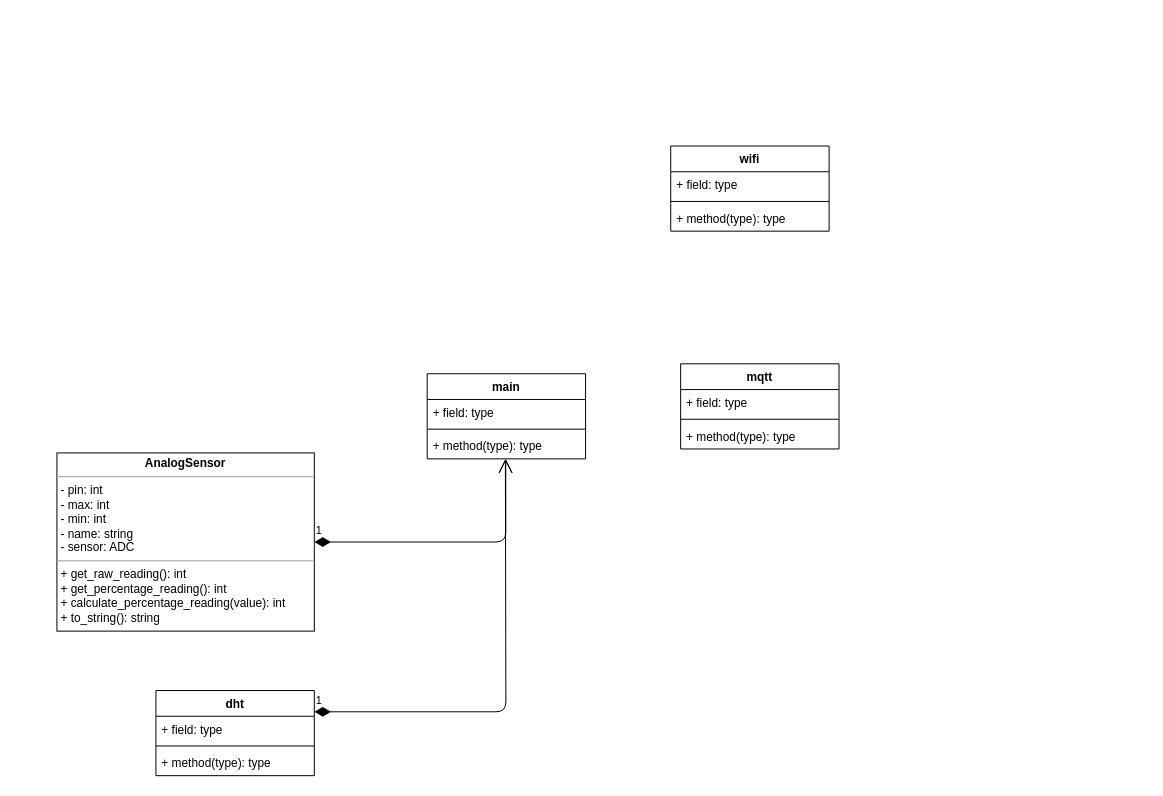
The draw.io diagram Assets/class_diagram.drawio in alrapal/Greeny, before the edit. Source tidied: cells renumbered, new cells numbered last; positions are measured from the earlier drawing's top-left corner, leaving out a move shared by most shapes. Both pictures are drawn from the tidied source at 99%, with x=0, y=0 at pixel (56, 146).
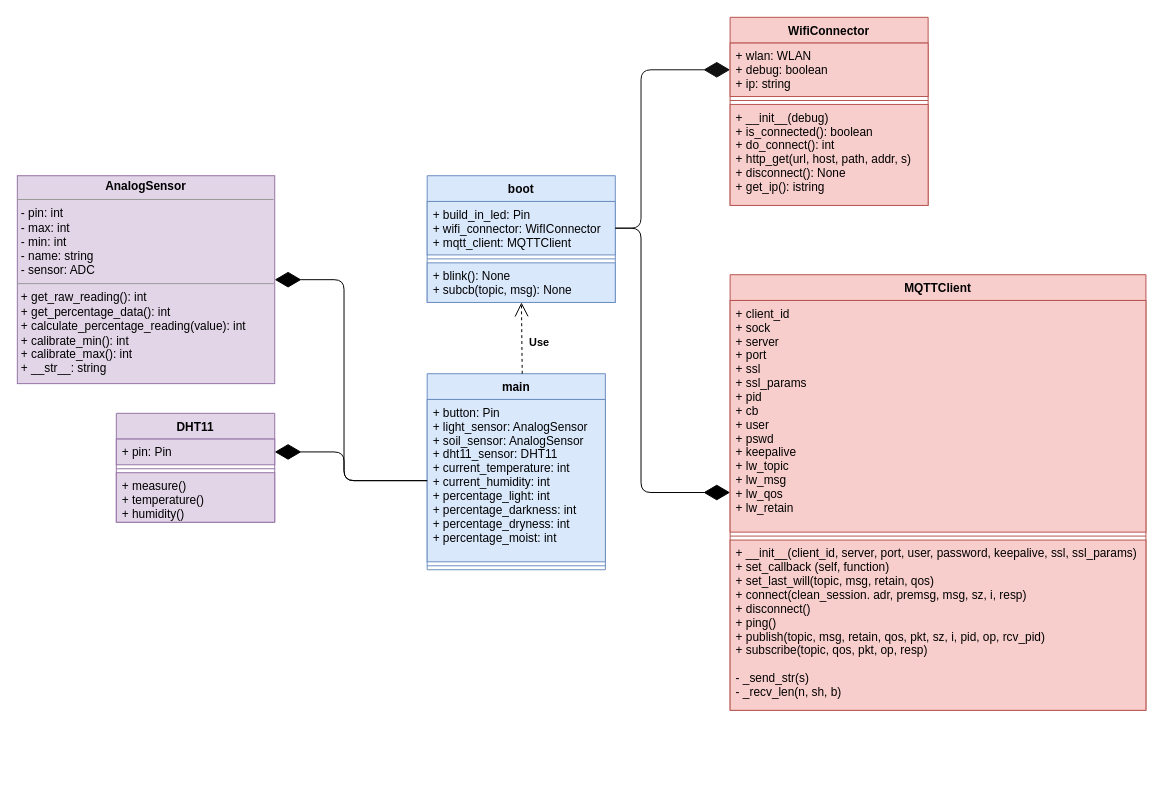
The same diagram, later.

Commit message (it also covers changes not shown here):
Updated Class diagram with connection refactoring + all methods. Updated README accordingly Added the section CODE in the README Added a dummy my_secret file example for users closes #9

Diff of the diagram source:
```diff
@@
-<mxGraphModel>
+<mxGraphModel background="#ffffff">
@@
-    <mxCell id="2" value="main" style="swimlane;fontStyle=1;align=center;verticalAlign=top;horizontal=1;startSize=26;" parent="1" vertex="1">
-      <mxGeometry x="374" y="230" width="160" height="86" as="geometry" />
+    <mxCell id="2" value="main" style="swimlane;fontStyle=1;align=center;verticalAlign=top;horizontal=1;startSize=26;fillColor=#dae8fc;strokeColor=#6c8ebf;fontColor=#000000;" parent="1" vertex="1">
+      <mxGeometry x="374" y="230" width="180" height="198" as="geometry" />
     </mxCell>
-    <mxCell id="3" value="+ field: type" style="text;strokeColor=none;fillColor=none;align=left;verticalAlign=top;spacingLeft=4;spacingRight=4;overflow=hidden;points=[[0,0.5],[1,0.5]];portConstraint=eastwest;" parent="2" vertex="1">
-      <mxGeometry y="26" width="160" height="26" as="geometry" />
+    <mxCell id="3" value="+ button: Pin&#10;+ light_sensor: AnalogSensor&#10;+ soil_sensor: AnalogSensor&#10;+ dht11_sensor: DHT11&#10;+ current_temperature: int&#10;+ current_humidity: int&#10;+ percentage_light: int&#10;+ percentage_darkness: int&#10;+ percentage_dryness: int&#10;+ percentage_moist: int" style="text;strokeColor=#6c8ebf;fillColor=#dae8fc;align=left;verticalAlign=top;spacingLeft=4;spacingRight=4;overflow=hidden;points=[[0,0.5],[1,0.5]];portConstraint=eastwest;fontColor=#000000;" parent="2" vertex="1">
+      <mxGeometry y="26" width="180" height="164" as="geometry" />
     </mxCell>
-    <mxCell id="4" style="line;strokeWidth=1;fillColor=none;align=left;verticalAlign=middle;spacingTop=-1;spacingLeft=3;spacingRight=3;labelPosition=right;strokeColor=inherit;" parent="2" vertex="1">
-      <mxGeometry y="52" width="160" height="8" as="geometry" />
+    <mxCell id="4" style="line;strokeWidth=1;fillColor=#dae8fc;align=left;verticalAlign=middle;spacingTop=-1;spacingLeft=3;spacingRight=3;labelPosition=right;strokeColor=#6c8ebf;fontColor=#000000;" parent="2" vertex="1">
+      <mxGeometry y="190" width="180" height="8" as="geometry" />
     </mxCell>
-    <mxCell id="5" value="+ method(type): type" style="text;strokeColor=none;fillColor=none;align=left;verticalAlign=top;spacingLeft=4;spacingRight=4;overflow=hidden;points=[[0,0.5],[1,0.5]];portConstraint=eastwest;" parent="2" vertex="1">
-      <mxGeometry y="60" width="160" height="26" as="geometry" />
-    </mxCell>
-    <mxCell id="6" value="mqtt" style="swimlane;fontStyle=1;align=center;verticalAlign=top;horizontal=1;startSize=26;" parent="1" vertex="1">
-      <mxGeometry x="630" y="220" width="160" height="86" as="geometry" />
+    <mxCell id="6" value="MQTTClient" style="swimlane;fontStyle=1;align=center;verticalAlign=top;horizontal=1;startSize=26;fillColor=#f8cecc;strokeColor=#b85450;fontColor=#000000;" parent="1" vertex="1">
+      <mxGeometry x="680" y="130" width="420" height="440" as="geometry" />
     </mxCell>
-    <mxCell id="7" value="+ field: type" style="text;strokeColor=none;fillColor=none;align=left;verticalAlign=top;spacingLeft=4;spacingRight=4;overflow=hidden;" parent="6" vertex="1">
-      <mxGeometry y="26" width="160" height="26" as="geometry" />
+    <mxCell id="7" value="+ client_id&#10;+ sock&#10;+ server&#10;+ port&#10;+ ssl&#10;+ ssl_params&#10;+ pid&#10;+ cb&#10;+ user&#10;+ pswd&#10;+ keepalive&#10;+ lw_topic&#10;+ lw_msg&#10;+ lw_qos&#10;+ lw_retain" style="text;strokeColor=#b85450;fillColor=#f8cecc;align=left;verticalAlign=top;spacingLeft=4;spacingRight=4;overflow=hidden;fontColor=#000000;" parent="6" vertex="1">
+      <mxGeometry y="26" width="420" height="234" as="geometry" />
     </mxCell>
-    <mxCell id="8" style="line;strokeWidth=1;fillColor=none;align=left;verticalAlign=middle;spacingTop=-1;spacingLeft=3;spacingRight=3;labelPosition=right;strokeColor=inherit;" parent="6" vertex="1">
-      <mxGeometry y="52" width="160" height="8" as="geometry" />
+    <mxCell id="8" style="line;strokeWidth=1;fillColor=#f8cecc;align=left;verticalAlign=middle;spacingTop=-1;spacingLeft=3;spacingRight=3;labelPosition=right;strokeColor=#b85450;fontColor=#000000;" parent="6" vertex="1">
+      <mxGeometry y="260" width="420" height="8" as="geometry" />
     </mxCell>
-    <mxCell id="9" value="+ method(type): type" style="text;strokeColor=none;fillColor=none;align=left;verticalAlign=top;spacingLeft=4;spacingRight=4;overflow=hidden;" parent="6" vertex="1">
-      <mxGeometry y="60" width="160" height="26" as="geometry" />
+    <mxCell id="9" value="+ __init__(client_id, server, port, user, password, keepalive, ssl, ssl_params)&#10;+ set_callback (self, function)&#10;+ set_last_will(topic, msg, retain, qos)&#10;+ connect(clean_session. adr, premsg, msg, sz, i, resp)&#10;+ disconnect()&#10;+ ping()&#10;+ publish(topic, msg, retain, qos, pkt, sz, i, pid, op, rcv_pid)&#10;+ subscribe(topic, qos, pkt, op, resp)&#10;&#10;- _send_str(s)&#10;- _recv_len(n, sh, b)" style="text;strokeColor=#b85450;fillColor=#f8cecc;align=left;verticalAlign=top;spacingLeft=4;spacingRight=4;overflow=hidden;fontColor=#000000;" parent="6" vertex="1">
+      <mxGeometry y="268" width="420" height="172" as="geometry" />
     </mxCell>
-    <mxCell id="10" value="wifi" style="swimlane;fontStyle=1;align=center;verticalAlign=top;horizontal=1;startSize=26;" parent="1" vertex="1">
-      <mxGeometry x="620" width="160" height="86" as="geometry" />
+    <mxCell id="10" value="WifiConnector" style="swimlane;fontStyle=1;align=center;verticalAlign=top;horizontal=1;startSize=26;fillColor=#f8cecc;strokeColor=#b85450;fontColor=#000000;" parent="1" vertex="1">
+      <mxGeometry x="680" y="-130" width="200" height="190" as="geometry" />
     </mxCell>
-    <mxCell id="11" value="+ field: type" style="text;strokeColor=none;fillColor=none;align=left;verticalAlign=top;spacingLeft=4;spacingRight=4;overflow=hidden;points=[[0,0.5],[1,0.5]];portConstraint=eastwest;" parent="10" vertex="1">
-      <mxGeometry y="26" width="160" height="26" as="geometry" />
+    <mxCell id="11" value="+ wlan: WLAN&#10;+ debug: boolean&#10;+ ip: string" style="text;strokeColor=#b85450;fillColor=#f8cecc;align=left;verticalAlign=top;spacingLeft=4;spacingRight=4;overflow=hidden;points=[[0,0.5],[1,0.5]];portConstraint=eastwest;fontColor=#000000;" parent="10" vertex="1">
+      <mxGeometry y="26" width="200" height="54" as="geometry" />
     </mxCell>
-    <mxCell id="12" style="line;strokeWidth=1;fillColor=none;align=left;verticalAlign=middle;spacingTop=-1;spacingLeft=3;spacingRight=3;labelPosition=right;strokeColor=inherit;" parent="10" vertex="1">
-      <mxGeometry y="52" width="160" height="8" as="geometry" />
+    <mxCell id="12" style="line;strokeWidth=1;fillColor=#f8cecc;align=left;verticalAlign=middle;spacingTop=-1;spacingLeft=3;spacingRight=3;labelPosition=right;strokeColor=#b85450;fontColor=#000000;" parent="10" vertex="1">
+      <mxGeometry y="80" width="200" height="8" as="geometry" />
     </mxCell>
-    <mxCell id="13" value="+ method(type): type" style="text;strokeColor=none;fillColor=none;align=left;verticalAlign=top;spacingLeft=4;spacingRight=4;overflow=hidden;" parent="10" vertex="1">
-      <mxGeometry y="60" width="160" height="26" as="geometry" />
+    <mxCell id="13" value="+ __init__(debug)&#10;+ is_connected(): boolean&#10;+ do_connect(): int&#10;+ http_get(url, host, path, addr, s)&#10;+ disconnect(): None&#10;+ get_ip(): istring" style="text;strokeColor=#b85450;fillColor=#f8cecc;align=left;verticalAlign=top;spacingLeft=4;spacingRight=4;overflow=hidden;fontColor=#000000;" parent="10" vertex="1">
+      <mxGeometry y="88" width="200" height="102" as="geometry" />
     </mxCell>
-    <mxCell id="14" value="1" style="endArrow=open;html=1;endSize=12;startArrow=diamondThin;startSize=14;startFill=1;edgeStyle=orthogonalEdgeStyle;align=left;verticalAlign=bottom;exitX=1;exitY=0.5;exitDx=0;exitDy=0;entryX=0.496;entryY=1;entryDx=0;entryDy=0;entryPerimeter=0;" parent="1" edge="1" source="15" target="5">
-      <mxGeometry x="-1" y="3" relative="1" as="geometry" />
-    </mxCell>
-    <mxCell id="15" value="&lt;p style=&quot;margin:0px;margin-top:4px;text-align:center;&quot;&gt;&lt;b&gt;AnalogSensor&lt;/b&gt;&lt;/p&gt;&lt;hr size=&quot;1&quot;&gt;&lt;p style=&quot;margin:0px;margin-left:4px;&quot;&gt;- pin: int&lt;br&gt;- max: int&lt;/p&gt;&lt;p style=&quot;margin:0px;margin-left:4px;&quot;&gt;- min: int&lt;/p&gt;&lt;p style=&quot;margin:0px;margin-left:4px;&quot;&gt;- name: string&lt;/p&gt;&lt;p style=&quot;margin:0px;margin-left:4px;&quot;&gt;- sensor: ADC&lt;/p&gt;&lt;hr size=&quot;1&quot;&gt;&lt;p style=&quot;margin:0px;margin-left:4px;&quot;&gt;+ get_raw_reading(): int&lt;br&gt;+ get_percentage_reading(): int&lt;/p&gt;&lt;p style=&quot;margin:0px;margin-left:4px;&quot;&gt;+ calculate_percentage_reading(value): int&lt;/p&gt;&lt;p style=&quot;margin:0px;margin-left:4px;&quot;&gt;+ to_string(): string&lt;/p&gt;&lt;p style=&quot;margin:0px;margin-left:4px;&quot;&gt;&amp;nbsp;&lt;/p&gt;" style="verticalAlign=top;align=left;overflow=fill;fontSize=12;fontFamily=Helvetica;html=1;" parent="1" vertex="1">
-      <mxGeometry y="310" width="260" height="180" as="geometry" />
+    <mxCell id="15" value="&lt;p style=&quot;margin:0px;margin-top:4px;text-align:center;&quot;&gt;&lt;b&gt;AnalogSensor&lt;/b&gt;&lt;/p&gt;&lt;hr size=&quot;1&quot;&gt;&lt;p style=&quot;margin:0px;margin-left:4px;&quot;&gt;- pin: int&lt;br&gt;- max: int&lt;/p&gt;&lt;p style=&quot;margin:0px;margin-left:4px;&quot;&gt;- min: int&lt;/p&gt;&lt;p style=&quot;margin:0px;margin-left:4px;&quot;&gt;- name: string&lt;/p&gt;&lt;p style=&quot;margin:0px;margin-left:4px;&quot;&gt;- sensor: ADC&lt;/p&gt;&lt;hr size=&quot;1&quot;&gt;&lt;p style=&quot;margin:0px;margin-left:4px;&quot;&gt;+ get_raw_reading(): int&lt;br&gt;+ get_percentage_data(): int&lt;/p&gt;&lt;p style=&quot;margin:0px;margin-left:4px;&quot;&gt;+ calculate_percentage_reading(value): int&lt;/p&gt;&lt;p style=&quot;margin:0px;margin-left:4px;&quot;&gt;+ calibrate_min(): int&lt;/p&gt;&lt;p style=&quot;margin:0px;margin-left:4px;&quot;&gt;+ calibrate_max(): int&lt;/p&gt;&lt;p style=&quot;margin:0px;margin-left:4px;&quot;&gt;+ __str__&lt;span style=&quot;background-color: initial;&quot;&gt;: string&lt;/span&gt;&lt;/p&gt;&lt;p style=&quot;margin:0px;margin-left:4px;&quot;&gt;&amp;nbsp;&lt;/p&gt;" style="verticalAlign=top;align=left;overflow=fill;fontSize=12;fontFamily=Helvetica;html=1;fillColor=#e1d5e7;strokeColor=#9673a6;fontColor=#000000;" parent="1" vertex="1">
+      <mxGeometry x="-40" y="30" width="260" height="210" as="geometry" />
     </mxCell>
-    <mxCell id="16" value="dht" style="swimlane;fontStyle=1;align=center;verticalAlign=top;horizontal=1;startSize=26;" parent="1" vertex="1">
-      <mxGeometry x="100" y="550" width="160" height="86" as="geometry" />
+    <mxCell id="16" value="DHT11" style="swimlane;fontStyle=1;align=center;verticalAlign=top;horizontal=1;startSize=26;fillColor=#e1d5e7;strokeColor=#9673a6;swimlaneFillColor=default;fontColor=#000000;" parent="1" vertex="1">
+      <mxGeometry x="60" y="270" width="160" height="110" as="geometry" />
     </mxCell>
-    <mxCell id="17" value="+ field: type" style="text;strokeColor=none;fillColor=none;align=left;verticalAlign=top;spacingLeft=4;spacingRight=4;overflow=hidden;points=[[0,0.5],[1,0.5]];portConstraint=eastwest;" parent="16" vertex="1">
+    <mxCell id="17" value="+ pin: Pin" style="text;strokeColor=#9673a6;fillColor=#e1d5e7;align=left;verticalAlign=top;spacingLeft=4;spacingRight=4;overflow=hidden;points=[[0,0.5],[1,0.5]];portConstraint=eastwest;swimlaneFillColor=default;fontColor=#000000;" parent="16" vertex="1">
       <mxGeometry y="26" width="160" height="26" as="geometry" />
     </mxCell>
-    <mxCell id="18" style="line;strokeWidth=1;fillColor=none;align=left;verticalAlign=middle;spacingTop=-1;spacingLeft=3;spacingRight=3;labelPosition=right;strokeColor=inherit;" parent="16" vertex="1">
+    <mxCell id="18" style="line;strokeWidth=1;fillColor=#e1d5e7;align=left;verticalAlign=middle;spacingTop=-1;spacingLeft=3;spacingRight=3;labelPosition=right;strokeColor=#9673a6;swimlaneFillColor=default;fontColor=#000000;" parent="16" vertex="1">
       <mxGeometry y="52" width="160" height="8" as="geometry" />
     </mxCell>
-    <mxCell id="19" value="+ method(type): type" style="text;strokeColor=none;fillColor=none;align=left;verticalAlign=top;spacingLeft=4;spacingRight=4;overflow=hidden;" parent="16" vertex="1">
-      <mxGeometry y="60" width="160" height="26" as="geometry" />
+    <mxCell id="19" value="+ measure()&#10;+ temperature()&#10;+ humidity()" style="text;strokeColor=#9673a6;fillColor=#e1d5e7;align=left;verticalAlign=top;spacingLeft=4;spacingRight=4;overflow=hidden;swimlaneFillColor=default;fontColor=#000000;" parent="16" vertex="1">
+      <mxGeometry y="60" width="160" height="50" as="geometry" />
     </mxCell>
-    <mxCell id="20" value="1" style="endArrow=open;html=1;endSize=12;startArrow=diamondThin;startSize=14;startFill=1;edgeStyle=orthogonalEdgeStyle;align=left;verticalAlign=bottom;exitX=1;exitY=0.25;exitDx=0;exitDy=0;" parent="1" edge="1" source="16">
-      <mxGeometry x="-1" y="3" relative="1" as="geometry">
-        <mxPoint x="453" y="316" as="targetPoint" />
-      </mxGeometry>
-    </mxCell>
+    <mxCell id="21" value="boot&#10;" style="swimlane;fontStyle=1;align=center;verticalAlign=top;horizontal=1;startSize=26;fillColor=#dae8fc;strokeColor=#6c8ebf;fontColor=#000000;" parent="1" vertex="1">
+      <mxGeometry x="374" y="30" width="190" height="128" as="geometry" />
+    </mxCell>
+    <mxCell id="22" value="+ build_in_led: Pin&#10;+ wifi_connector: WifIConnector&#10;+ mqtt_client: MQTTClient" style="text;strokeColor=#6c8ebf;fillColor=#dae8fc;align=left;verticalAlign=top;spacingLeft=4;spacingRight=4;overflow=hidden;points=[[0,0.5],[1,0.5]];portConstraint=eastwest;fontColor=#000000;" parent="21" vertex="1">
+      <mxGeometry y="26" width="190" height="54" as="geometry" />
+    </mxCell>
+    <mxCell id="23" style="line;strokeWidth=1;fillColor=#dae8fc;align=left;verticalAlign=middle;spacingTop=-1;spacingLeft=3;spacingRight=3;labelPosition=right;strokeColor=#6c8ebf;fontColor=#000000;" parent="21" vertex="1">
+      <mxGeometry y="80" width="190" height="8" as="geometry" />
+    </mxCell>
+    <mxCell id="24" value="+ blink(): None&#10;+ subcb(topic, msg): None" style="text;strokeColor=#6c8ebf;fillColor=#dae8fc;align=left;verticalAlign=top;spacingLeft=4;spacingRight=4;overflow=hidden;points=[[0,0.5],[1,0.5]];portConstraint=eastwest;fontColor=#000000;" parent="21" vertex="1">
+      <mxGeometry y="88" width="190" height="40" as="geometry" />
+    </mxCell>
+    <mxCell id="25" value="&lt;b&gt;Use&lt;/b&gt;" style="endArrow=open;endSize=12;dashed=1;html=1;fillColor=#dae8fc;strokeColor=#000000;fontColor=#000000;labelBackgroundColor=none;labelBorderColor=none;" parent="1" edge="1" target="24">
+      <mxGeometry x="-0.12" y="-17" relative="1" as="geometry">
+        <mxPoint x="470" y="230" as="sourcePoint" />
+      </mxGeometry>
+    </mxCell>
+    <mxCell id="26" style="endArrow=diamondThin;endFill=1;endSize=24;html=1;fontColor=#000000;exitX=1;exitY=0.5;exitDx=0;exitDy=0;entryX=0;entryY=0.5;entryDx=0;entryDy=0;strokeColor=#000000;" parent="1" edge="1" source="22" target="6">
+      <mxGeometry relative="1" as="geometry">
+        <Array as="points">
+          <mxPoint x="590" y="83" />
+          <mxPoint x="590" y="350" />
+        </Array>
+      </mxGeometry>
+    </mxCell>
+    <mxCell id="27" style="endArrow=diamondThin;endFill=1;endSize=24;html=1;fontColor=#000000;entryX=0;entryY=0.5;entryDx=0;entryDy=0;exitX=1;exitY=0.5;exitDx=0;exitDy=0;strokeColor=#121111;" parent="1" edge="1" source="22" target="11">
+      <mxGeometry relative="1" as="geometry">
+        <Array as="points">
+          <mxPoint x="590" y="83" />
+          <mxPoint x="590" y="-77" />
+        </Array>
+      </mxGeometry>
+    </mxCell>
+    <mxCell id="28" style="endArrow=diamondThin;endFill=1;endSize=24;html=1;fontColor=#000000;exitX=0;exitY=0.5;exitDx=0;exitDy=0;entryX=1;entryY=0.5;entryDx=0;entryDy=0;strokeColor=#000000;" parent="1" edge="1" source="3" target="17">
+      <mxGeometry relative="1" as="geometry">
+        <Array as="points">
+          <mxPoint x="290" y="338" />
+          <mxPoint x="290" y="309" />
+        </Array>
+      </mxGeometry>
+    </mxCell>
+    <mxCell id="29" style="endArrow=diamondThin;endFill=1;endSize=24;html=1;fontColor=#000000;exitX=0;exitY=0.5;exitDx=0;exitDy=0;entryX=1;entryY=0.5;entryDx=0;entryDy=0;strokeColor=#000000;" parent="1" edge="1" source="3" target="15">
+      <mxGeometry relative="1" as="geometry">
+        <Array as="points">
+          <mxPoint x="290" y="338" />
+          <mxPoint x="290" y="135" />
+        </Array>
+      </mxGeometry>
+    </mxCell>
```
